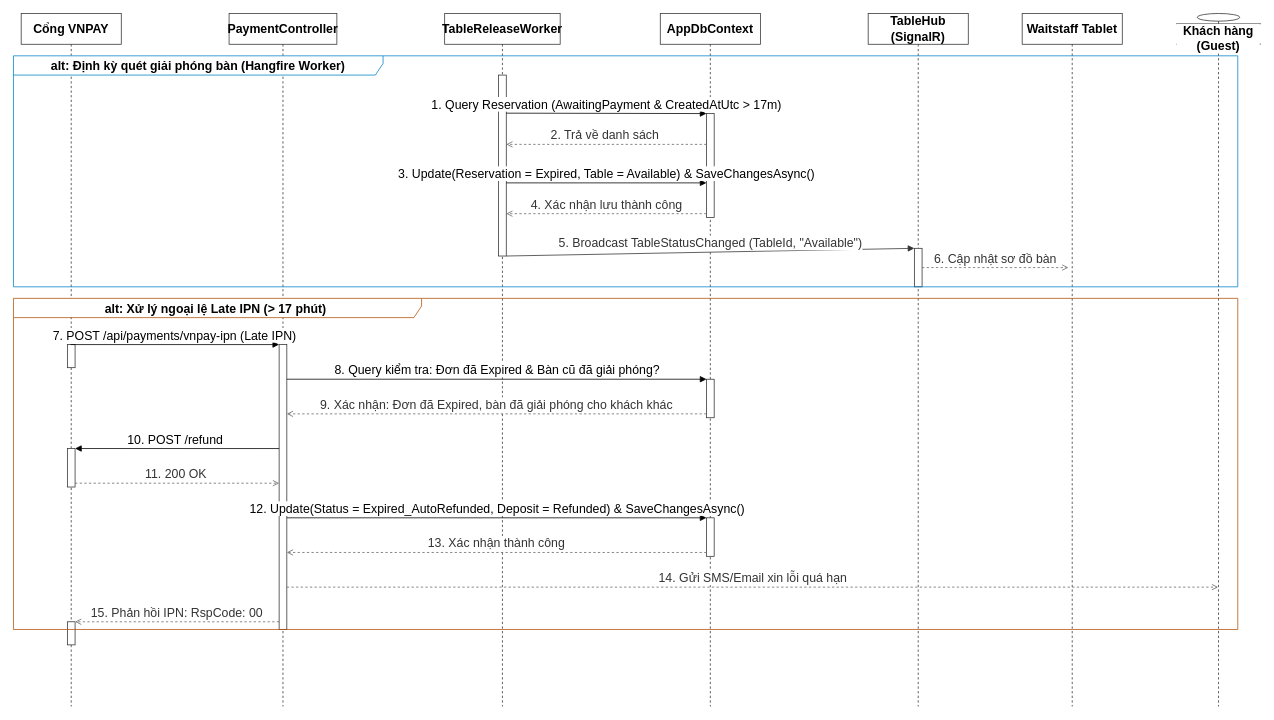
Earlier version of the draw.io diagram docs/phase1/drawio/sd10_auto_release_late_ipn.drawio (AndrewQng/VinDining). Source tidied: cells renumbered, new cells numbered last; positions are measured from the earlier drawing's top-left corner, leaving out a move shared by most shapes. Both pictures are drawn from the tidied source at 77%, with x=0, y=0 at pixel (13, 13).
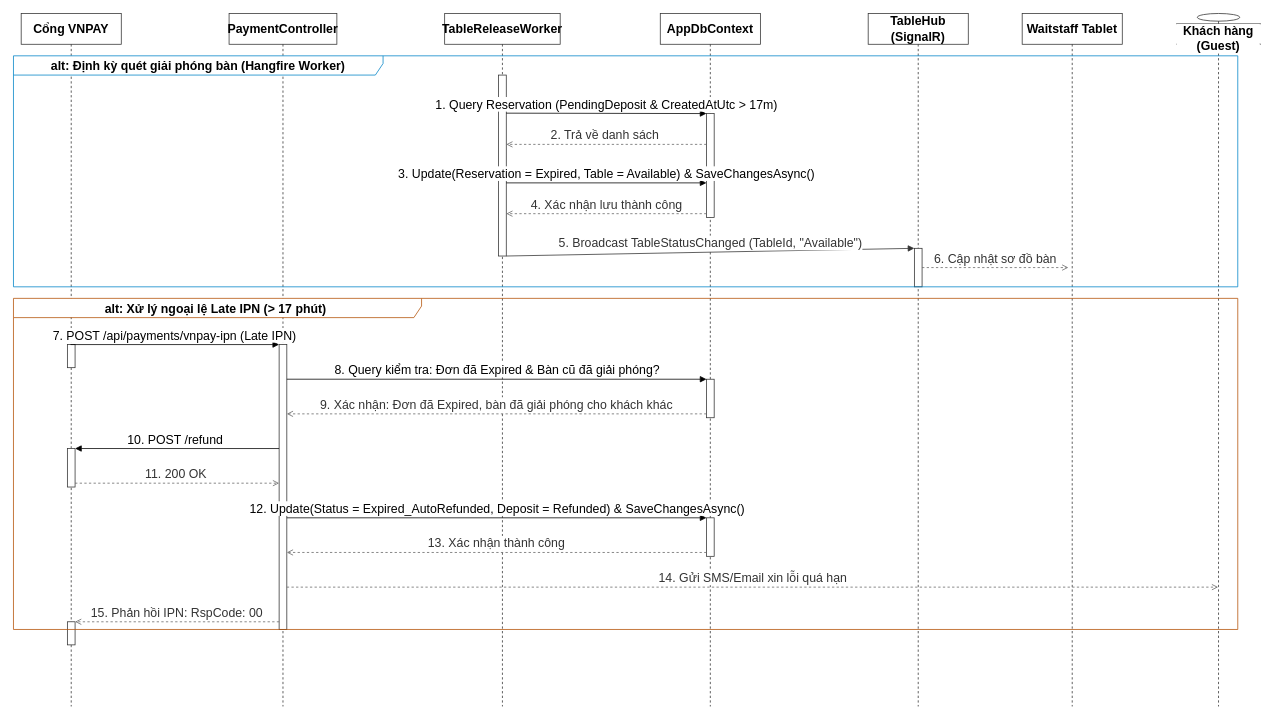
The same page after the edit.

Unchanged cells that the change refers to:
```xml
<mxCell id="9" style="html=1;points=[];perimeter=orthogonalPerimeter;outlineConnect=0;fillColor=#ffffff;strokeColor=#333333;fontSize=16;" parent="8" vertex="1">
  <mxGeometry x="70" y="80" width="10" height="235" as="geometry" />
</mxCell>
<mxCell id="11" style="html=1;points=[];perimeter=orthogonalPerimeter;outlineConnect=0;fillColor=#ffffff;strokeColor=#333333;fontSize=16;" parent="10" vertex="1">
  <mxGeometry x="60" y="130" width="10" height="85" as="geometry" />
</mxCell>
```

Diff of the diagram source:
```diff
@@
-    <mxCell id="20" value="1. Query Reservation (AwaitingPayment &amp;amp; CreatedAtUtc &amp;gt; 17m)" style="html=1;verticalAlign=bottom;endArrow=block;curved=0;rounded=0;exitX=1;exitY=0.2105;entryX=0;entryY=0.0000;fontSize=16;" parent="1" edge="1" source="9" target="11">
+    <mxCell id="20" value="1. Query Reservation (PendingDeposit &amp;amp; CreatedAtUtc &amp;gt; 17m)" style="html=1;verticalAlign=bottom;endArrow=block;curved=0;rounded=0;exitX=1;exitY=0.2105;entryX=0;entryY=0.0000;fontSize=16;" parent="1" edge="1" source="9" target="11">
       <mxGeometry relative="1" as="geometry" />
     </mxCell>
```
